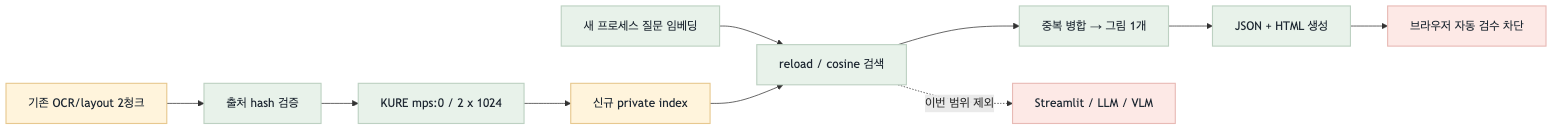
Above: fivecircles/architecture/specs/visual-ocr-current-flow.png in KongSeok/sprint-public-procurement-rag-assistant (Mermaid), before the change. Its source is kept beside it as fivecircles/architecture/specs/visual-ocr-current-flow.mmd. Its diagram source:
```mermaid
flowchart LR
  A["기존 OCR/layout 2청크"]:::amber --> B["출처 hash 검증"]:::green
  B --> C["KURE mps:0 / 2 x 1024"]:::green --> D["신규 private index"]:::amber
  Q["새 프로세스 질문 임베딩"]:::green --> E["reload / cosine 검색"]:::green
  D --> E --> F["중복 병합 → 그림 1개"]:::green
  F --> G["JSON + HTML 생성"]:::green --> H["브라우저 자동 검수 차단"]:::red
  E -. "이번 범위 제외" .-> I["Streamlit / LLM / VLM"]:::red
  classDef green fill:#e8f2ea,stroke:#bdd1c2,color:#1f2933,stroke-width:1.5px
  classDef amber fill:#fff4dc,stroke:#e7c88f,color:#1f2933,stroke-width:1.5px
  classDef red fill:#fde9e6,stroke:#e8bab5,color:#1f2933,stroke-width:1.5px
  classDef gray fill:#eef1ed,stroke:#d8e0da,color:#1f2933,stroke-width:1.5px
```
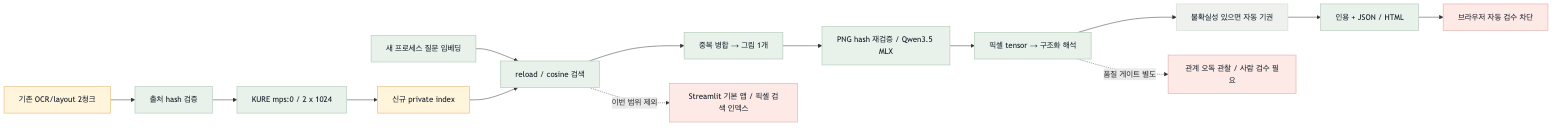
After the change.

The edit, as a diff of the source:
```diff
@@ -3,8 +3,11 @@
   B --> C["KURE mps:0 / 2 x 1024"]:::green --> D["신규 private index"]:::amber
   Q["새 프로세스 질문 임베딩"]:::green --> E["reload / cosine 검색"]:::green
   D --> E --> F["중복 병합 → 그림 1개"]:::green
-  F --> G["JSON + HTML 생성"]:::green --> H["브라우저 자동 검수 차단"]:::red
-  E -. "이번 범위 제외" .-> I["Streamlit / LLM / VLM"]:::red
+  F --> J["PNG hash 재검증 / Qwen3.5 MLX"]:::green
+  J --> K["픽셀 tensor → 구조화 해석"]:::green --> L["불확실성 있으면 자동 기권"]:::gray
+  L --> G["인용 + JSON / HTML"]:::green --> H["브라우저 자동 검수 차단"]:::red
+  K -. "품질 게이트 별도" .-> M["관계 오독 관찰 / 사람 검수 필요"]:::red
+  E -. "이번 범위 제외" .-> I["Streamlit 기본 앱 / 픽셀 검색 인덱스"]:::red
   classDef green fill:#e8f2ea,stroke:#bdd1c2,color:#1f2933,stroke-width:1.5px
   classDef amber fill:#fff4dc,stroke:#e7c88f,color:#1f2933,stroke-width:1.5px
   classDef red fill:#fde9e6,stroke:#e8bab5,color:#1f2933,stroke-width:1.5px
```
